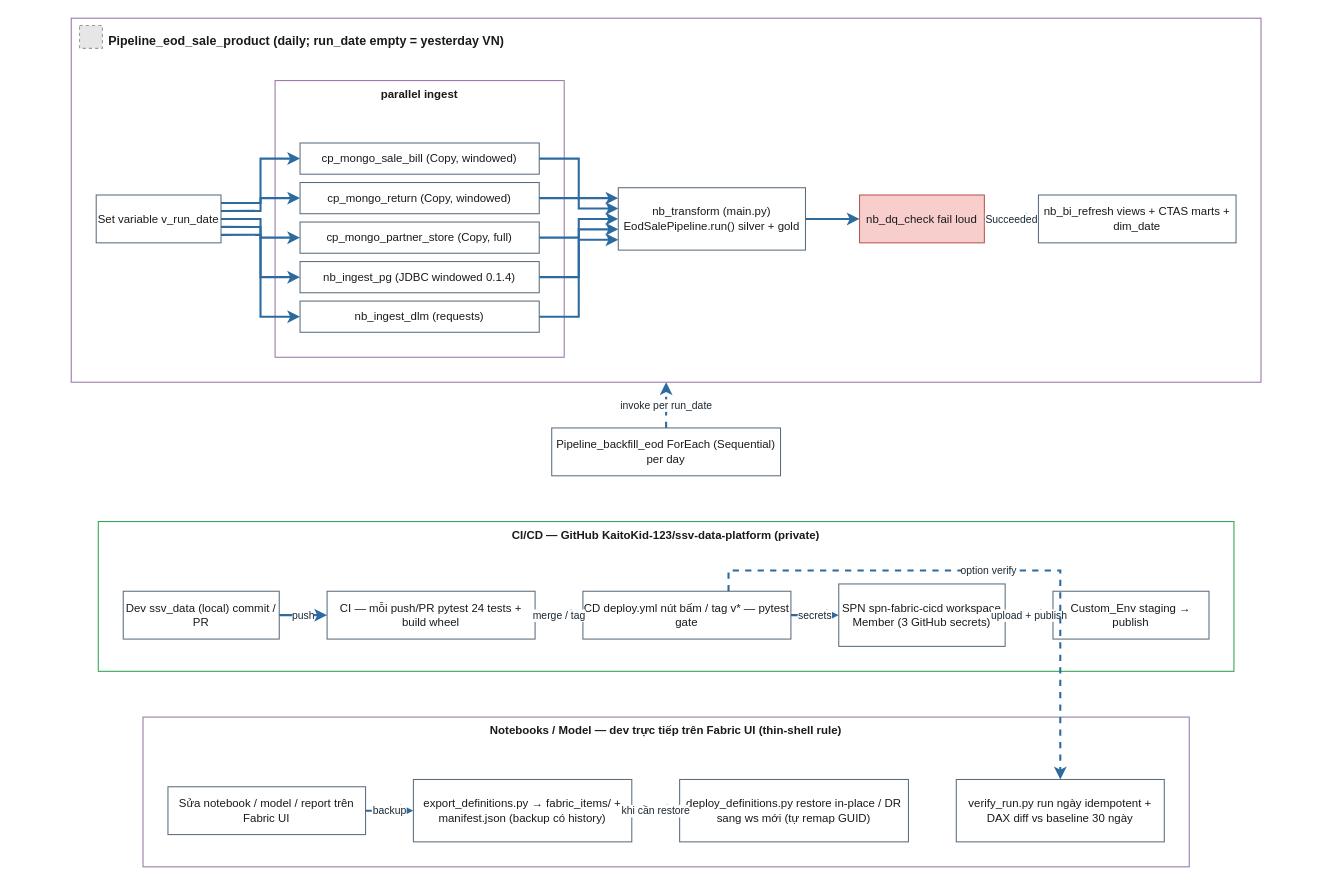
This is page "Orchestration + Deploy" (4 of 4) of docs/architecture/eod-sales-flow.drawio from KaitoKid-123/ssv-data-platform, a draw.io file, before an edit. Source tidied: cells renumbered, new cells numbered last; positions are measured from the earlier drawing's top-left corner, leaving out a move shared by most shapes. Both pictures are drawn from the tidied source at 104%, with x=0, y=0 at pixel (71, 18). Pictures stored in the file or linked from it are replaced by grey dashed boxes.
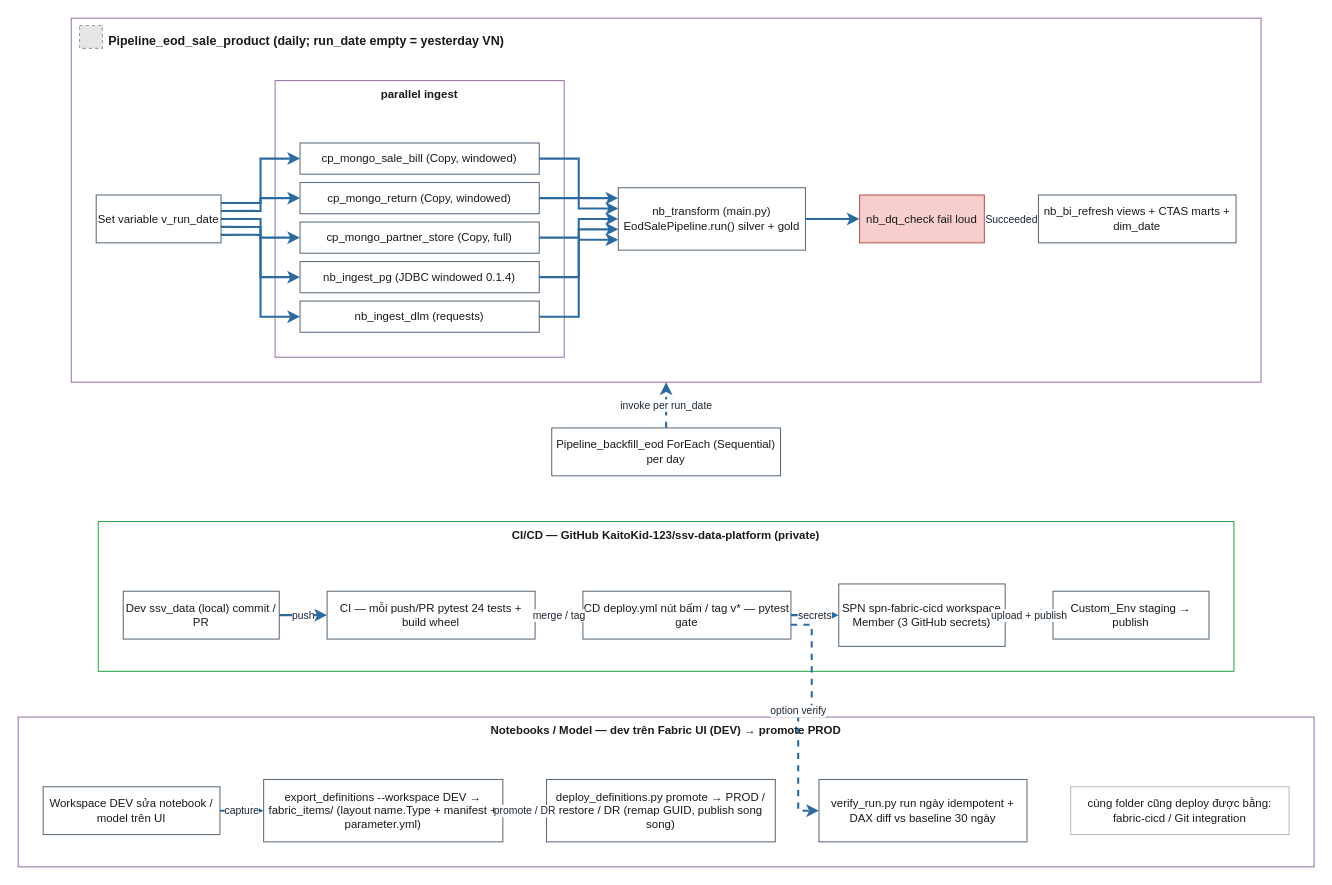
The same page after the edit.

Commit message (it also covers changes not shown here):
docs: orchestration diagram reflects promotion flow + git-integration layout

Notebook lane now: Workspace DEV -> export --workspace (fabric_items, name.Type
layout + parameter.yml) -> deploy_definitions promote/DR (parallel) -> verify;
fabric-cicd/Git-integration noted as alternative consumers of the same folder.
User-edited Fabric Platform Map page preserved verbatim.

The change refers to these unchanged cells:
```xml
<mxCell id="18" value="CD deploy.yml nút bấm / tag v* — pytest gate" style="rounded=0;whiteSpace=wrap;html=1;fillColor=#FFFFFF;strokeColor=#5A6B7B;fontColor=#1A1A1A;fontSize=11;fontStyle=0;verticalAlign=middle;" parent="15" vertex="1">
  <mxGeometry x="466" y="67" width="200" height="46" as="geometry" />
</mxCell>
```

Change to the diagram source:
```diff
@@
-    <mxCell id="21" value="Notebooks / Model — dev trực tiếp trên Fabric UI (thin-shell rule)" style="rounded=0;whiteSpace=wrap;html=1;fillColor=#FFFFFF;strokeColor=#9673a6;fontColor=#1A1A1A;fontSize=11;fontStyle=1;verticalAlign=top;" parent="1" vertex="1">
-      <mxGeometry x="69" y="672" width="1006" height="144" as="geometry" />
+    <mxCell id="21" value="Notebooks / Model — dev trên Fabric UI (DEV) → promote PROD" style="rounded=0;whiteSpace=wrap;html=1;fillColor=#FFFFFF;strokeColor=#9673a6;fontColor=#1A1A1A;fontSize=11;fontStyle=1;verticalAlign=top;" parent="1" vertex="1">
+      <mxGeometry x="-51" y="672" width="1246" height="144" as="geometry" />
     </mxCell>
-    <mxCell id="22" value="Sửa notebook / model / report trên Fabric UI" style="rounded=0;whiteSpace=wrap;html=1;fillColor=#FFFFFF;strokeColor=#5A6B7B;fontColor=#1A1A1A;fontSize=11;fontStyle=0;verticalAlign=middle;" parent="21" vertex="1">
-      <mxGeometry x="24" y="67" width="190" height="46" as="geometry" />
+    <mxCell id="22" value="Workspace DEV sửa notebook / model trên UI" style="rounded=0;whiteSpace=wrap;html=1;fillColor=#FFFFFF;strokeColor=#5A6B7B;fontColor=#1A1A1A;fontSize=11;fontStyle=0;verticalAlign=middle;" parent="21" vertex="1">
+      <mxGeometry x="24" y="67" width="170" height="46" as="geometry" />
     </mxCell>
-    <mxCell id="23" value="export_definitions.py → fabric_items/ + manifest.json (backup có history)" style="rounded=0;whiteSpace=wrap;html=1;fillColor=#FFFFFF;strokeColor=#5A6B7B;fontColor=#1A1A1A;fontSize=11;fontStyle=0;verticalAlign=middle;" parent="21" vertex="1">
-      <mxGeometry x="260" y="60" width="210" height="60" as="geometry" />
+    <mxCell id="23" value="export_definitions --workspace DEV → fabric_items/ (layout name.Type + manifest + parameter.yml)" style="rounded=0;whiteSpace=wrap;html=1;fillColor=#FFFFFF;strokeColor=#5A6B7B;fontColor=#1A1A1A;fontSize=11;fontStyle=0;verticalAlign=middle;" parent="21" vertex="1">
+      <mxGeometry x="236" y="60" width="230" height="60" as="geometry" />
     </mxCell>
-    <mxCell id="24" value="deploy_definitions.py restore in-place / DR sang ws mới (tự remap GUID)" style="rounded=0;whiteSpace=wrap;html=1;fillColor=#FFFFFF;strokeColor=#5A6B7B;fontColor=#1A1A1A;fontSize=11;fontStyle=0;verticalAlign=middle;" parent="21" vertex="1">
-      <mxGeometry x="516" y="60" width="220" height="60" as="geometry" />
+    <mxCell id="24" value="deploy_definitions.py promote → PROD / restore / DR (remap GUID, publish song song)" style="rounded=0;whiteSpace=wrap;html=1;fillColor=#FFFFFF;strokeColor=#5A6B7B;fontColor=#1A1A1A;fontSize=11;fontStyle=0;verticalAlign=middle;" parent="21" vertex="1">
+      <mxGeometry x="508" y="60" width="220" height="60" as="geometry" />
     </mxCell>
     <mxCell id="25" value="verify_run.py run ngày idempotent + DAX diff vs baseline 30 ngày" style="rounded=0;whiteSpace=wrap;html=1;fillColor=#FFFFFF;strokeColor=#5A6B7B;fontColor=#1A1A1A;fontSize=11;fontStyle=0;verticalAlign=middle;" parent="21" vertex="1">
-      <mxGeometry x="782" y="60" width="200" height="60" as="geometry" />
+      <mxGeometry x="770" y="60" width="200" height="60" as="geometry" />
     </mxCell>
+    <mxCell id="46" value="cùng folder cũng deploy được bằng: fabric-cicd / Git integration" style="rounded=0;whiteSpace=wrap;html=1;fillColor=#FFFFFF;strokeColor=#bbbbbb;fontColor=#1A1A1A;fontSize=11;fontStyle=0;verticalAlign=middle;" parent="21" vertex="1">
+      <mxGeometry x="1012" y="67" width="210" height="46" as="geometry" />
+    </mxCell>
@@
-    <mxCell id="43" value="option verify" style="edgeStyle=orthogonalEdgeStyle;html=1;rounded=0;jettySize=auto;fontSize=10;fontColor=light-dark(#1B2733,#CFE0F0);strokeColor=light-dark(#2D6A9F,#5B9BD5);strokeWidth=2;dashed=1;labelBackgroundColor=light-dark(#FFFFFF,#0B0F14);exitX=0.7;exitY=0;exitDx=0;exitDy=0;entryX=0.5;entryY=0;entryDx=0;entryDy=0;" parent="1" edge="1" source="18" target="25">
+    <mxCell id="43" value="option verify" style="edgeStyle=orthogonalEdgeStyle;html=1;rounded=0;jettySize=auto;fontSize=10;fontColor=light-dark(#1B2733,#CFE0F0);strokeColor=light-dark(#2D6A9F,#5B9BD5);strokeWidth=2;dashed=1;labelBackgroundColor=light-dark(#FFFFFF,#0B0F14);exitX=1;exitY=0.7;exitDx=0;exitDy=0;entryX=0;entryY=0.5;entryDx=0;entryDy=0;" parent="1" edge="1" source="18" target="25">
       <mxGeometry relative="1" as="geometry" />
     </mxCell>
-    <mxCell id="44" value="backup" style="edgeStyle=orthogonalEdgeStyle;html=1;rounded=0;jettySize=auto;fontSize=10;fontColor=light-dark(#1B2733,#CFE0F0);strokeColor=light-dark(#2D6A9F,#5B9BD5);strokeWidth=2;dashed=1;labelBackgroundColor=light-dark(#FFFFFF,#0B0F14);exitX=1;exitY=0.5;exitDx=0;exitDy=0;entryX=0;entryY=0.5;entryDx=0;entryDy=0;" parent="1" edge="1" source="22" target="23">
+    <mxCell id="44" value="capture" style="edgeStyle=orthogonalEdgeStyle;html=1;rounded=0;jettySize=auto;fontSize=10;fontColor=light-dark(#1B2733,#CFE0F0);strokeColor=light-dark(#2D6A9F,#5B9BD5);strokeWidth=2;dashed=1;labelBackgroundColor=light-dark(#FFFFFF,#0B0F14);exitX=1;exitY=0.5;exitDx=0;exitDy=0;entryX=0;entryY=0.5;entryDx=0;entryDy=0;" parent="1" edge="1" source="22" target="23">
       <mxGeometry relative="1" as="geometry" />
     </mxCell>
-    <mxCell id="45" value="khi cần restore" style="edgeStyle=orthogonalEdgeStyle;html=1;rounded=0;jettySize=auto;fontSize=10;fontColor=light-dark(#1B2733,#CFE0F0);strokeColor=light-dark(#2D6A9F,#5B9BD5);strokeWidth=2;dashed=1;labelBackgroundColor=light-dark(#FFFFFF,#0B0F14);exitX=1;exitY=0.5;exitDx=0;exitDy=0;entryX=0;entryY=0.5;entryDx=0;entryDy=0;" parent="1" edge="1" source="23" target="24">
+    <mxCell id="45" value="promote / DR" style="edgeStyle=orthogonalEdgeStyle;html=1;rounded=0;jettySize=auto;fontSize=10;fontColor=light-dark(#1B2733,#CFE0F0);strokeColor=light-dark(#2D6A9F,#5B9BD5);strokeWidth=2;dashed=1;labelBackgroundColor=light-dark(#FFFFFF,#0B0F14);exitX=1;exitY=0.5;exitDx=0;exitDy=0;entryX=0;entryY=0.5;entryDx=0;entryDy=0;" parent="1" edge="1" source="23" target="24">
       <mxGeometry relative="1" as="geometry" />
     </mxCell>
```
